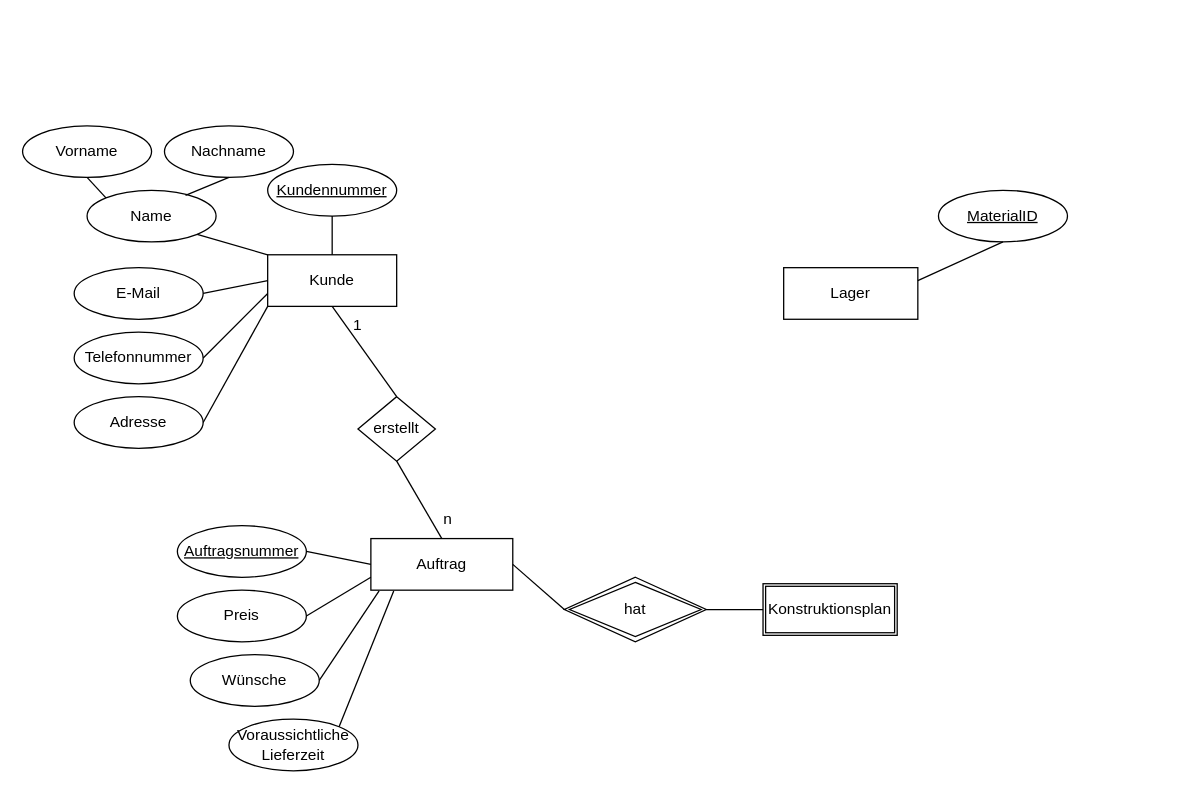
Earlier version of the draw.io diagram ER-Diagramm-Milestone.drawio (ALADIN847/ALADIN847). Source tidied: cells renumbered, new cells numbered last; positions are measured from the earlier drawing's top-left corner, leaving out a move shared by most shapes. Both pictures are drawn from the tidied source at 129%, with x=0, y=0 at pixel (22, 125).
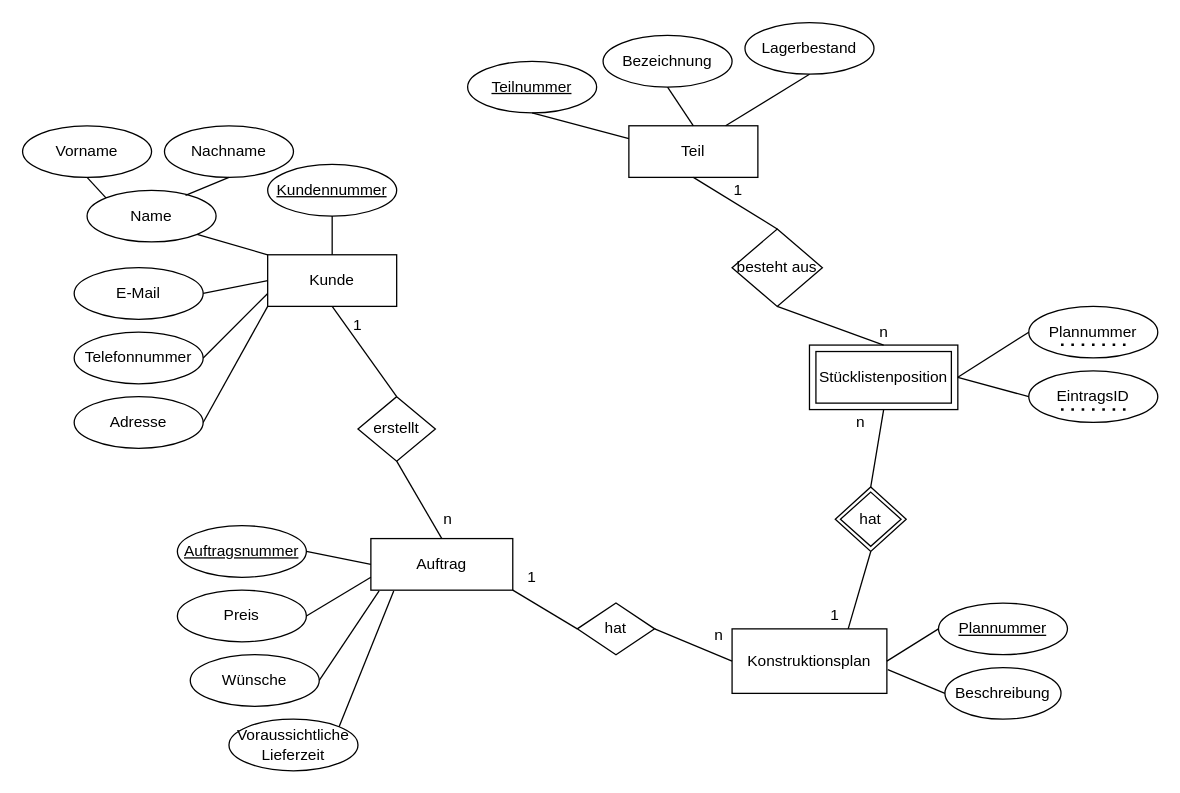
The same diagram, later.

The change refers to these unchanged cells:
```xml
<mxCell id="17" value="Auftrag" style="rounded=0;whiteSpace=wrap;html=1;" parent="1" vertex="1">
  <mxGeometry x="270" y="320" width="110" height="40" as="geometry" />
</mxCell>
```

Change to the diagram source:
```diff
@@
-    <mxCell id="31" value="Konstruktionsplan" style="shape=ext;double=1;rounded=0;whiteSpace=wrap;html=1;" parent="1" vertex="1">
-      <mxGeometry x="574" y="355" width="104" height="40" as="geometry" />
+    <mxCell id="31" value="Konstruktionsplan" style="rounded=0;whiteSpace=wrap;html=1;" parent="1" vertex="1">
+      <mxGeometry x="550" y="390" width="120" height="50" as="geometry" />
     </mxCell>
+    <mxCell id="38" value="hat" style="rhombus;whiteSpace=wrap;html=1;" parent="1" vertex="1">
+      <mxGeometry x="430" y="370" width="60" height="40" as="geometry" />
+    </mxCell>
+    <mxCell id="39" style="endArrow=none;html=1;rounded=0;exitX=1;exitY=1;exitDx=0;exitDy=0;entryX=0;entryY=0.5;entryDx=0;entryDy=0;" parent="1" edge="1" source="17" target="38">
+      <mxGeometry relative="1" as="geometry" />
+    </mxCell>
+    <mxCell id="40" style="endArrow=none;html=1;rounded=0;exitX=1;exitY=0.5;exitDx=0;exitDy=0;entryX=0;entryY=0.5;entryDx=0;entryDy=0;" parent="1" edge="1" source="38" target="31">
+      <mxGeometry relative="1" as="geometry" />
+    </mxCell>
+    <mxCell id="41" value="&lt;u&gt;Plannummer&lt;/u&gt;" style="ellipse;whiteSpace=wrap;html=1;" parent="1" vertex="1">
+      <mxGeometry x="710" y="370" width="100" height="40" as="geometry" />
+    </mxCell>
+    <mxCell id="42" style="endArrow=none;html=1;rounded=0;exitX=1;exitY=0.5;exitDx=0;exitDy=0;entryX=0;entryY=0.5;entryDx=0;entryDy=0;" parent="1" edge="1" source="31" target="41">
+      <mxGeometry relative="1" as="geometry" />
+    </mxCell>
+    <mxCell id="43" value="Beschreibung" style="ellipse;whiteSpace=wrap;html=1;" parent="1" vertex="1">
+      <mxGeometry x="715" y="420" width="90" height="40" as="geometry" />
+    </mxCell>
+    <mxCell id="44" style="endArrow=none;html=1;rounded=0;exitX=1.006;exitY=0.632;exitDx=0;exitDy=0;exitPerimeter=0;entryX=0;entryY=0.5;entryDx=0;entryDy=0;" parent="1" edge="1" source="31" target="43">
+      <mxGeometry relative="1" as="geometry" />
+    </mxCell>
+    <mxCell id="45" value="1" style="text;html=1;whiteSpace=wrap;strokeColor=none;fillColor=none;align=center;verticalAlign=middle;rounded=0;" parent="1" vertex="1">
+      <mxGeometry x="380" y="340" width="30" height="20" as="geometry" />
+    </mxCell>
+    <mxCell id="46" value="n" style="text;html=1;whiteSpace=wrap;strokeColor=none;fillColor=none;align=center;verticalAlign=middle;rounded=0;" parent="1" vertex="1">
+      <mxGeometry x="510" y="380" width="60" height="30" as="geometry" />
+    </mxCell>
+    <mxCell id="47" value="Stücklistenposition" style="shape=ext;margin=3;double=1;whiteSpace=wrap;html=1;align=center;" parent="1" vertex="1">
+      <mxGeometry x="610" y="170" width="115" height="50" as="geometry" />
+    </mxCell>
+    <mxCell id="48" value="Plannummer" style="ellipse;whiteSpace=wrap;html=1;" parent="1" vertex="1">
+      <mxGeometry x="780" y="140" width="100" height="40" as="geometry" />
+    </mxCell>
+    <mxCell id="49" style="endArrow=none;dashed=1;html=1;dashPattern=1 3;strokeWidth=2;rounded=0;" parent="1" edge="1">
+      <mxGeometry relative="1" as="geometry">
+        <mxPoint x="805" y="169.8" as="sourcePoint" />
+        <mxPoint x="855" y="169.8" as="targetPoint" />
+      </mxGeometry>
+    </mxCell>
     <mxCell id="32" value="hat" style="shape=rhombus;double=1;perimeter=rhombusPerimeter;whiteSpace=wrap;html=1;align=center;" parent="1" vertex="1">
-      <mxGeometry x="420" y="350" width="110" height="50" as="geometry" />
+      <mxGeometry x="630" y="280" width="55" height="50" as="geometry" />
     </mxCell>
-    <mxCell id="33" style="endArrow=none;html=1;rounded=0;entryX=1;entryY=0.5;entryDx=0;entryDy=0;exitX=0;exitY=0.5;exitDx=0;exitDy=0;" parent="1" edge="1" source="32" target="17">
-      <mxGeometry relative="1" as="geometry" />
-    </mxCell>
-    <mxCell id="34" style="endArrow=none;html=1;rounded=0;entryX=0;entryY=0.5;entryDx=0;entryDy=0;exitX=1;exitY=0.5;exitDx=0;exitDy=0;" parent="1" edge="1" source="32" target="31">
-      <mxGeometry relative="1" as="geometry" />
-    </mxCell>
-    <mxCell id="35" value="Lager" style="rounded=0;whiteSpace=wrap;html=1;" parent="1" vertex="1">
-      <mxGeometry x="590" y="110" width="104" height="40" as="geometry" />
-    </mxCell>
-    <mxCell id="36" value="&lt;u&gt;MaterialID&lt;/u&gt;" style="ellipse;whiteSpace=wrap;html=1;" parent="1" vertex="1">
-      <mxGeometry x="710" y="50" width="100" height="40" as="geometry" />
-    </mxCell>
-    <mxCell id="37" style="endArrow=none;html=1;rounded=0;exitX=1;exitY=0.25;exitDx=0;exitDy=0;entryX=0.5;entryY=1;entryDx=0;entryDy=0;" parent="1" edge="1" source="35" target="36">
-      <mxGeometry relative="1" as="geometry" />
-    </mxCell>
+    <mxCell id="50" style="endArrow=none;html=1;rounded=0;exitX=0.75;exitY=0;exitDx=0;exitDy=0;entryX=0.5;entryY=1;entryDx=0;entryDy=0;" parent="1" edge="1" source="31" target="32">
+      <mxGeometry relative="1" as="geometry" />
+    </mxCell>
+    <mxCell id="51" style="endArrow=none;html=1;rounded=0;exitX=0.5;exitY=0;exitDx=0;exitDy=0;entryX=0.5;entryY=1;entryDx=0;entryDy=0;" parent="1" edge="1" source="32" target="47">
+      <mxGeometry relative="1" as="geometry" />
+    </mxCell>
+    <mxCell id="52" value="EintragsID" style="ellipse;whiteSpace=wrap;html=1;" parent="1" vertex="1">
+      <mxGeometry x="780" y="190" width="100" height="40" as="geometry" />
+    </mxCell>
+    <mxCell id="53" style="endArrow=none;html=1;rounded=0;exitX=0;exitY=0.5;exitDx=0;exitDy=0;entryX=1;entryY=0.5;entryDx=0;entryDy=0;" parent="1" edge="1" source="48" target="47">
+      <mxGeometry relative="1" as="geometry" />
+    </mxCell>
+    <mxCell id="54" style="endArrow=none;html=1;rounded=0;exitX=0;exitY=0.5;exitDx=0;exitDy=0;entryX=1;entryY=0.5;entryDx=0;entryDy=0;" parent="1" edge="1" source="52" target="47">
+      <mxGeometry relative="1" as="geometry" />
+    </mxCell>
+    <mxCell id="55" value="besteht aus" style="rhombus;whiteSpace=wrap;html=1;" parent="1" vertex="1">
+      <mxGeometry x="550" y="80" width="70" height="60" as="geometry" />
+    </mxCell>
+    <mxCell id="56" value="Teil" style="rounded=0;whiteSpace=wrap;html=1;" parent="1" vertex="1">
+      <mxGeometry x="470" width="100" height="40" as="geometry" />
+    </mxCell>
+    <mxCell id="57" style="endArrow=none;html=1;rounded=0;exitX=0.5;exitY=1;exitDx=0;exitDy=0;entryX=0.5;entryY=0;entryDx=0;entryDy=0;" parent="1" edge="1" source="56" target="55">
+      <mxGeometry relative="1" as="geometry" />
+    </mxCell>
+    <mxCell id="58" style="endArrow=none;html=1;rounded=0;exitX=0.5;exitY=0;exitDx=0;exitDy=0;entryX=0.5;entryY=1;entryDx=0;entryDy=0;" parent="1" edge="1" source="47" target="55">
+      <mxGeometry relative="1" as="geometry" />
+    </mxCell>
+    <mxCell id="59" value="&lt;u&gt;Teilnummer&lt;/u&gt;" style="ellipse;whiteSpace=wrap;html=1;" parent="1" vertex="1">
+      <mxGeometry x="345" y="-50" width="100" height="40" as="geometry" />
+    </mxCell>
+    <mxCell id="60" style="endArrow=none;dashed=1;html=1;dashPattern=1 3;strokeWidth=2;rounded=0;" parent="1" edge="1">
+      <mxGeometry relative="1" as="geometry">
+        <mxPoint x="805" y="220" as="sourcePoint" />
+        <mxPoint x="855" y="220" as="targetPoint" />
+      </mxGeometry>
+    </mxCell>
+    <mxCell id="61" value="Bezeichnung" style="ellipse;whiteSpace=wrap;html=1;" parent="1" vertex="1">
+      <mxGeometry x="450" y="-70" width="100" height="40" as="geometry" />
+    </mxCell>
+    <mxCell id="62" value="Lagerbestand" style="ellipse;whiteSpace=wrap;html=1;" parent="1" vertex="1">
+      <mxGeometry x="560" y="-80" width="100" height="40" as="geometry" />
+    </mxCell>
+    <mxCell id="63" style="endArrow=none;html=1;rounded=0;exitX=0.5;exitY=1;exitDx=0;exitDy=0;entryX=0;entryY=0.25;entryDx=0;entryDy=0;" parent="1" edge="1" source="59" target="56">
+      <mxGeometry relative="1" as="geometry" />
+    </mxCell>
+    <mxCell id="64" style="endArrow=none;html=1;rounded=0;exitX=0.5;exitY=1;exitDx=0;exitDy=0;entryX=0.5;entryY=0;entryDx=0;entryDy=0;" parent="1" edge="1" source="61" target="56">
+      <mxGeometry relative="1" as="geometry" />
+    </mxCell>
+    <mxCell id="65" style="endArrow=none;html=1;rounded=0;entryX=0.5;entryY=1;entryDx=0;entryDy=0;exitX=0.75;exitY=0;exitDx=0;exitDy=0;" parent="1" edge="1" source="56" target="62">
+      <mxGeometry relative="1" as="geometry" />
+    </mxCell>
+    <mxCell id="66" value="1" style="text;html=1;whiteSpace=wrap;strokeColor=none;fillColor=none;align=center;verticalAlign=middle;rounded=0;" parent="1" vertex="1">
+      <mxGeometry x="540" y="40" width="30" height="20" as="geometry" />
+    </mxCell>
+    <mxCell id="67" value="n" style="text;html=1;whiteSpace=wrap;strokeColor=none;fillColor=none;align=center;verticalAlign=middle;rounded=0;" parent="1" vertex="1">
+      <mxGeometry x="652.5" y="150" width="30" height="20" as="geometry" />
+    </mxCell>
+    <mxCell id="68" value="1" style="text;html=1;whiteSpace=wrap;strokeColor=none;fillColor=none;align=center;verticalAlign=middle;rounded=0;" parent="1" vertex="1">
+      <mxGeometry x="620" y="370" width="20" height="20" as="geometry" />
+    </mxCell>
+    <mxCell id="69" value="n" style="text;html=1;whiteSpace=wrap;strokeColor=none;fillColor=none;align=center;verticalAlign=middle;rounded=0;" parent="1" vertex="1">
+      <mxGeometry x="640" y="220" width="20" height="20" as="geometry" />
+    </mxCell>
```
